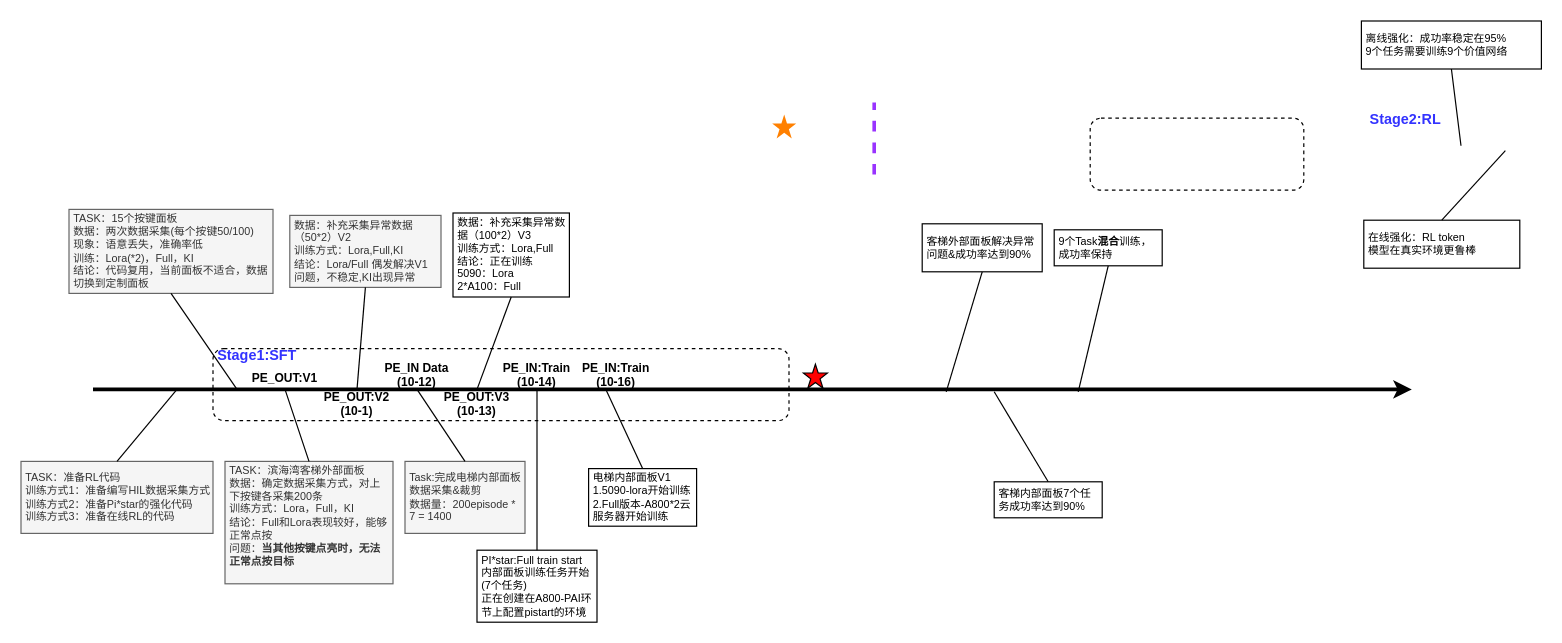
Above: LLM/VLA/VLA-电梯按键场景.drawio in mailonghua/drawio (draw.io), before the change. Source tidied: cells renumbered, new cells numbered last; positions are measured from the earlier drawing's top-left corner, leaving out a move shared by most shapes. Both pictures are drawn from the tidied source at 120%, with x=0, y=0 at pixel (20, 20).
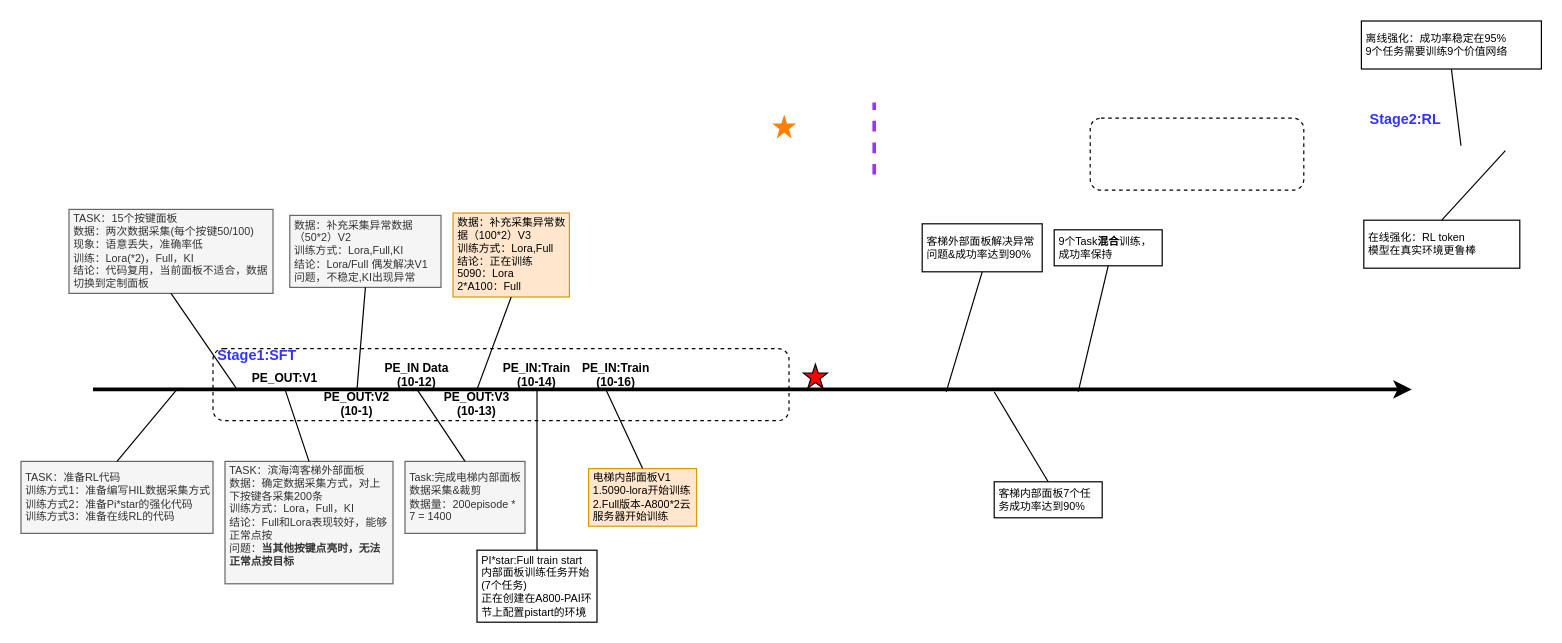
The same page after the edit.

Commit message:
更新VLA-电梯按键场景.drawio

Change to the diagram source:
```diff
@@
-    <mxCell id="17" value="数据：补充采集异常数据（100*2）V3&lt;br&gt;训练方式：Lora,Full&lt;br&gt;&lt;span style=&quot;color: rgb(0, 0, 0);&quot;&gt;结论：正在训练&lt;br&gt;5090：Lora&lt;br&gt;2*A100：Full&lt;/span&gt;" style="whiteSpace=wrap;html=1;rounded=0;arcSize=50;align=left;verticalAlign=middle;strokeWidth=1;spacing=4;newEdgeStyle={&quot;edgeStyle&quot;:&quot;entityRelationEdgeStyle&quot;,&quot;startArrow&quot;:&quot;none&quot;,&quot;endArrow&quot;:&quot;none&quot;,&quot;segment&quot;:10,&quot;curved&quot;:1,&quot;sourcePerimeterSpacing&quot;:0,&quot;targetPerimeterSpacing&quot;:0};fontSize=9;" parent="1" vertex="1">
+    <mxCell id="17" value="数据：补充采集异常数据（100*2）V3&lt;br&gt;训练方式：Lora,Full&lt;br&gt;&lt;span style=&quot;color: rgb(0, 0, 0);&quot;&gt;结论：正在训练&lt;br&gt;5090：Lora&lt;br&gt;2*A100：Full&lt;/span&gt;" style="whiteSpace=wrap;html=1;rounded=0;arcSize=50;align=left;verticalAlign=middle;strokeWidth=1;spacing=4;newEdgeStyle={&quot;edgeStyle&quot;:&quot;entityRelationEdgeStyle&quot;,&quot;startArrow&quot;:&quot;none&quot;,&quot;endArrow&quot;:&quot;none&quot;,&quot;segment&quot;:10,&quot;curved&quot;:1,&quot;sourcePerimeterSpacing&quot;:0,&quot;targetPerimeterSpacing&quot;:0};fontSize=9;fillColor=#ffe6cc;strokeColor=#d79b00;" parent="1" vertex="1">
       <mxGeometry x="360" y="160" width="97" height="70" as="geometry" />
     </mxCell>
@@
-    <mxCell id="39" value="电梯内部面板V1&lt;br&gt;1.5090-lora开始训练&lt;br&gt;2.Full版本-A800*2云服务器开始训练" style="whiteSpace=wrap;html=1;rounded=0;arcSize=50;align=left;verticalAlign=middle;strokeWidth=1;spacing=4;newEdgeStyle={&quot;edgeStyle&quot;:&quot;entityRelationEdgeStyle&quot;,&quot;startArrow&quot;:&quot;none&quot;,&quot;endArrow&quot;:&quot;none&quot;,&quot;segment&quot;:10,&quot;curved&quot;:1,&quot;sourcePerimeterSpacing&quot;:0,&quot;targetPerimeterSpacing&quot;:0};fontSize=9;" parent="1" vertex="1">
+    <mxCell id="39" value="电梯内部面板V1&lt;br&gt;1.5090-lora开始训练&lt;br&gt;2.Full版本-A800*2云服务器开始训练" style="whiteSpace=wrap;html=1;rounded=0;arcSize=50;align=left;verticalAlign=middle;strokeWidth=1;spacing=4;newEdgeStyle={&quot;edgeStyle&quot;:&quot;entityRelationEdgeStyle&quot;,&quot;startArrow&quot;:&quot;none&quot;,&quot;endArrow&quot;:&quot;none&quot;,&quot;segment&quot;:10,&quot;curved&quot;:1,&quot;sourcePerimeterSpacing&quot;:0,&quot;targetPerimeterSpacing&quot;:0};fontSize=9;fillColor=#ffe6cc;strokeColor=#d79b00;" parent="1" vertex="1">
       <mxGeometry x="473" y="373" width="90" height="48" as="geometry" />
     </mxCell>
```
